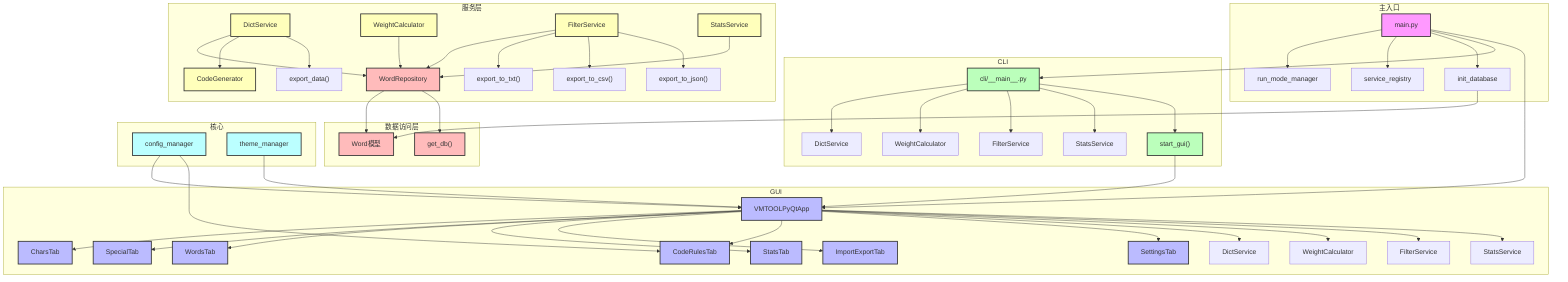
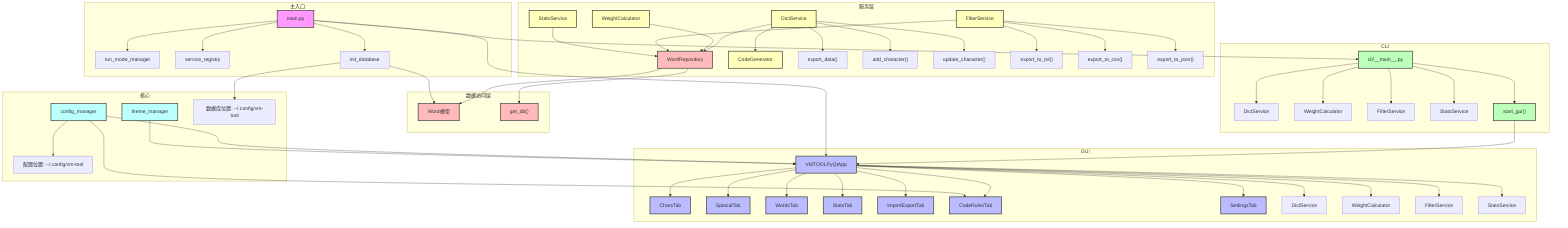
flowchart TD
    subgraph 主入口
        main["main.py"] --> run_mode["run_mode_manager"]
        main --> service_registry["service_registry"]
        main --> init_db["init_database"]
    end

    subgraph GUI
        VMTOOLPyQtApp["VMTOOLPyQtApp"] --> CharsTab["CharsTab"]
        VMTOOLPyQtApp --> SpecialTab["SpecialTab"]
        VMTOOLPyQtApp --> WordsTab["WordsTab"]
        VMTOOLPyQtApp --> StatsTab["StatsTab"]
        VMTOOLPyQtApp --> ImportExportTab["ImportExportTab"]
        VMTOOLPyQtApp --> CodeRulesTab["CodeRulesTab"]
        VMTOOLPyQtApp --> SettingsTab["SettingsTab"]
        VMTOOLPyQtApp --> DictService_GUI["DictService"]
        VMTOOLPyQtApp --> WeightCalculator_GUI["WeightCalculator"]
        VMTOOLPyQtApp --> FilterService_GUI["FilterService"]
        VMTOOLPyQtApp --> StatsService_GUI["StatsService"]
    end

    subgraph CLI
        CLI_Main["cli/__main__.py"] --> DictService_CLI["DictService"]
        CLI_Main --> WeightCalculator_CLI["WeightCalculator"]
        CLI_Main --> FilterService_CLI["FilterService"]
        CLI_Main --> StatsService_CLI["StatsService"]
        CLI_Main --> start_gui["start_gui()"]
        start_gui --> VMTOOLPyQtApp
    end

    subgraph 服务层
        DictService["DictService"] --> WordRepository["WordRepository"]
        DictService --> CodeGenerator["CodeGenerator"]
        DictService --> export_data["export_data()"]
+         DictService --> add_character["add_character()"]
+         DictService --> update_character["update_character()"]
        WeightCalculator["WeightCalculator"] --> WordRepository
        FilterService["FilterService"] --> WordRepository
        FilterService --> export_to_txt["export_to_txt()"]
        FilterService --> export_to_csv["export_to_csv()"]
        FilterService --> export_to_json["export_to_json()"]
        StatsService["StatsService"] --> WordRepository
    end

    subgraph 数据访问层
        WordRepository --> Word["Word模型"]
        WordRepository --> get_db["get_db()"]
        init_db --> Word
    end

    subgraph 核心
        config_manager["config_manager"] --> VMTOOLPyQtApp
        config_manager --> CodeRulesTab
        theme_manager["theme_manager"] --> VMTOOLPyQtApp
+         config_manager --> config_location["配置位置: ~/.config/vm-tool"]
+         init_db --> db_location["数据库位置: ~/.config/vm-tool"]
    end

    main --> CLI_Main
    main --> VMTOOLPyQtApp

    classDef main fill:#f9f,stroke:#333,stroke-width:2px;
    classDef gui fill:#bbf,stroke:#333,stroke-width:2px;
    classDef cli fill:#bfb,stroke:#333,stroke-width:2px;
    classDef service fill:#ffb,stroke:#333,stroke-width:2px;
    classDef dal fill:#fbb,stroke:#333,stroke-width:2px;
    classDef core fill:#bff,stroke:#333,stroke-width:2px;

    class main main;
    class VMTOOLPyQtApp,CharsTab,SpecialTab,WordsTab,StatsTab,ImportExportTab,CodeRulesTab,SettingsTab gui;
    class CLI_Main,start_gui cli;
    class DictService,WeightCalculator,FilterService,StatsService,CodeGenerator service;
    class WordRepository,Word,get_db,dal dal;
    class config_manager,theme_manager core;